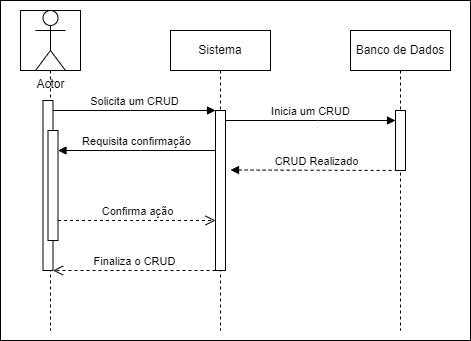
This is documentos/diagramas/Diagrama_Sequencia_1.drawio.png from DougzCD/JCRESW1, a draw.io export, as it was before one commit. Source tidied: cells renumbered, new cells last; positions are measured from the earlier drawing's top-left corner, leaving out a move shared by most shapes.
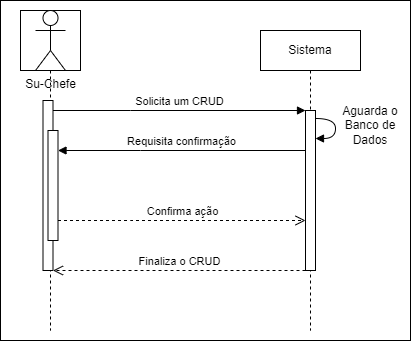
Later version of the same file.

Change to the diagram source:
```diff
@@ -3,7 +3,7 @@
     <mxCell id="0" />
     <mxCell id="1" parent="0" />
     <mxCell id="2" style="rounded=0;whiteSpace=wrap;html=1;" parent="1" vertex="1">
-      <mxGeometry width="470" height="340" as="geometry" />
+      <mxGeometry width="410" height="340" as="geometry" />
     </mxCell>
     <mxCell id="3" style="shape=umlLifeline;perimeter=lifelinePerimeter;whiteSpace=wrap;html=1;newEdgeStyle={&quot;edgeStyle&quot;:&quot;elbowEdgeStyle&quot;,&quot;elbow&quot;:&quot;vertical&quot;,&quot;curved&quot;:0,&quot;rounded&quot;:0};size=60;" parent="1" vertex="1">
       <mxGeometry x="20" y="10" width="60" height="320" as="geometry" />
@@ -15,11 +15,20 @@
       <mxGeometry x="27.5" y="120" width="10" height="110" as="geometry" />
     </mxCell>
     <mxCell id="6" value="Sistema" style="shape=umlLifeline;perimeter=lifelinePerimeter;whiteSpace=wrap;html=1;newEdgeStyle={&quot;edgeStyle&quot;:&quot;elbowEdgeStyle&quot;,&quot;elbow&quot;:&quot;vertical&quot;,&quot;curved&quot;:0,&quot;rounded&quot;:0};" parent="1" vertex="1">
-      <mxGeometry x="170" y="30" width="100" height="300" as="geometry" />
+      <mxGeometry x="260" y="30" width="100" height="300" as="geometry" />
     </mxCell>
     <mxCell id="7" style="html=1;points=[];perimeter=orthogonalPerimeter;outlineConnect=0;targetShapes=umlLifeline;portConstraint=eastwest;newEdgeStyle={&quot;edgeStyle&quot;:&quot;elbowEdgeStyle&quot;,&quot;elbow&quot;:&quot;vertical&quot;,&quot;curved&quot;:0,&quot;rounded&quot;:0};" parent="6" vertex="1">
       <mxGeometry x="45" y="80" width="10" height="160" as="geometry" />
     </mxCell>
+    <mxCell id="15" style="html=1;verticalAlign=bottom;endArrow=block;edgeStyle=orthogonalEdgeStyle;elbow=vertical;curved=1;rounded=0;" parent="6" edge="1">
+      <mxGeometry relative="1" as="geometry">
+        <mxPoint x="55" y="88" as="sourcePoint" />
+        <mxPoint x="55" y="108" as="targetPoint" />
+        <Array as="points">
+          <mxPoint x="75" y="88" />
+        </Array>
+      </mxGeometry>
+    </mxCell>
     <mxCell id="8" value="Solicita um CRUD" style="html=1;verticalAlign=bottom;endArrow=block;edgeStyle=elbowEdgeStyle;elbow=vertical;curved=0;rounded=0;" parent="1" edge="1" source="4" target="7">
       <mxGeometry relative="1" as="geometry">
         <Array as="points">
@@ -48,27 +57,11 @@
         </Array>
       </mxGeometry>
     </mxCell>
-    <mxCell id="12" value="Actor" style="shape=umlActor;verticalLabelPosition=bottom;verticalAlign=top;html=1;" parent="1" vertex="1">
+    <mxCell id="12" value="Su-Chefe" style="shape=umlActor;verticalLabelPosition=bottom;verticalAlign=top;html=1;" parent="1" vertex="1">
       <mxGeometry x="35" y="10" width="30" height="60" as="geometry" />
     </mxCell>
-    <mxCell id="13" value="Banco de Dados" style="shape=umlLifeline;perimeter=lifelinePerimeter;whiteSpace=wrap;html=1;newEdgeStyle={&quot;edgeStyle&quot;:&quot;elbowEdgeStyle&quot;,&quot;elbow&quot;:&quot;vertical&quot;,&quot;curved&quot;:0,&quot;rounded&quot;:0};" parent="1" vertex="1">
-      <mxGeometry x="350" y="30" width="100" height="300" as="geometry" />
-    </mxCell>
-    <mxCell id="14" style="html=1;points=[];perimeter=orthogonalPerimeter;outlineConnect=0;targetShapes=umlLifeline;portConstraint=eastwest;newEdgeStyle={&quot;edgeStyle&quot;:&quot;elbowEdgeStyle&quot;,&quot;elbow&quot;:&quot;vertical&quot;,&quot;curved&quot;:0,&quot;rounded&quot;:0};" parent="13" vertex="1">
-      <mxGeometry x="45" y="80" width="10" height="60" as="geometry" />
-    </mxCell>
-    <mxCell id="15" value="Inicia um CRUD" style="html=1;verticalAlign=bottom;endArrow=block;edgeStyle=elbowEdgeStyle;elbow=vertical;curved=0;rounded=0;" parent="1" edge="1" source="7" target="14">
-      <mxGeometry relative="1" as="geometry">
-        <Array as="points">
-          <mxPoint x="317" y="120" />
-        </Array>
-      </mxGeometry>
-    </mxCell>
-    <mxCell id="16" value="CRUD Realizado" style="html=1;verticalAlign=bottom;endArrow=none;edgeStyle=elbowEdgeStyle;elbow=vertical;curved=0;rounded=0;startArrow=block;startFill=1;endFill=0;dashed=1;" parent="1" edge="1">
-      <mxGeometry relative="1" as="geometry">
-        <mxPoint x="230" y="169.5" as="sourcePoint" />
-        <mxPoint x="400" y="169.5" as="targetPoint" />
-      </mxGeometry>
-    </mxCell>
+    <mxCell id="17" value="Aguarda o Banco de&lt;br&gt;Dados" style="text;html=1;strokeColor=none;fillColor=none;align=center;verticalAlign=middle;whiteSpace=wrap;rounded=0;" parent="1" vertex="1">
+      <mxGeometry x="340" y="110" width="60" height="30" as="geometry" />
+    </mxCell>
   </root>
 </mxGraphModel>
```
